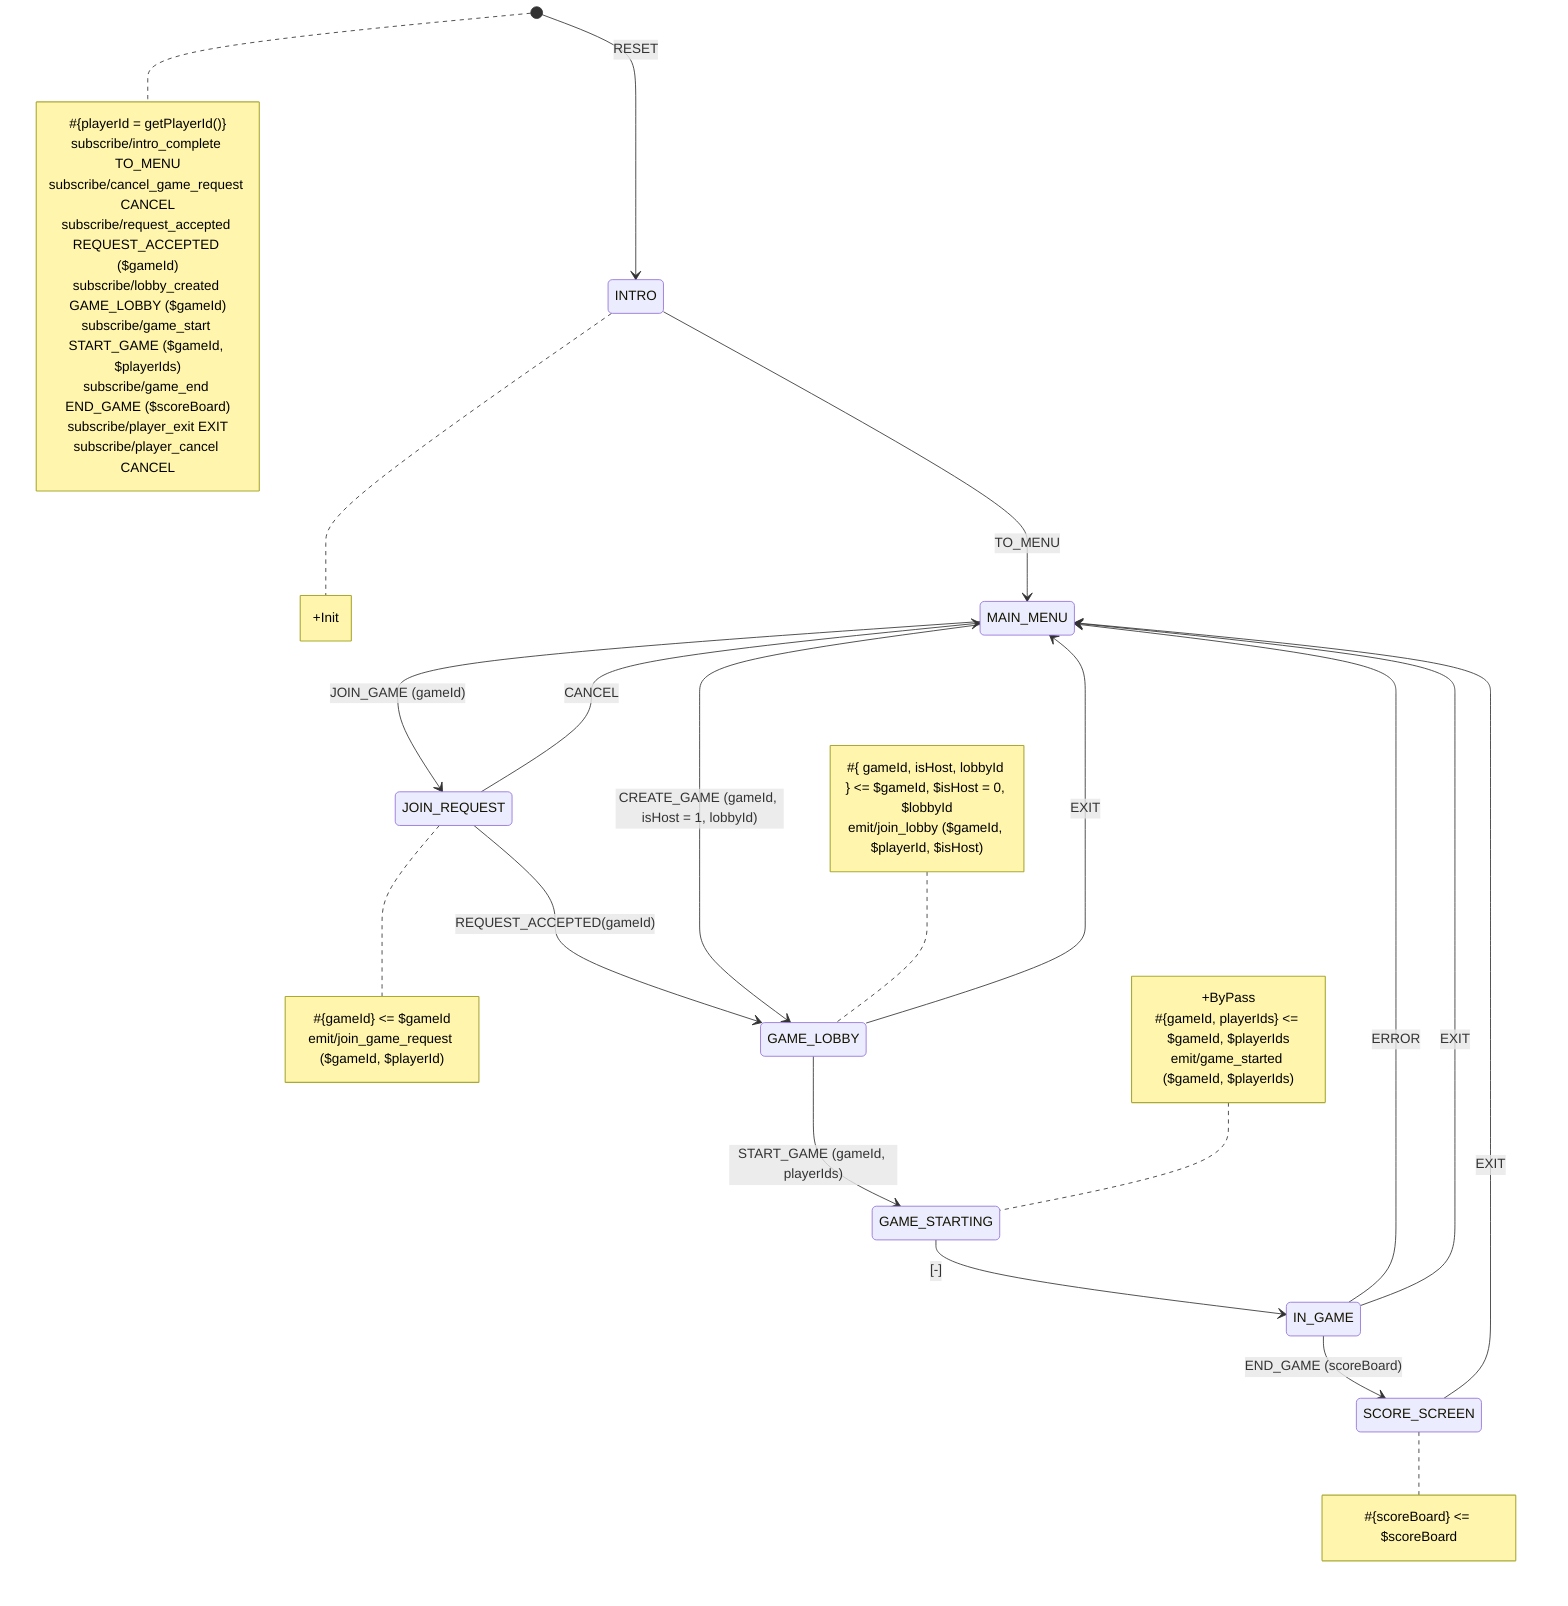
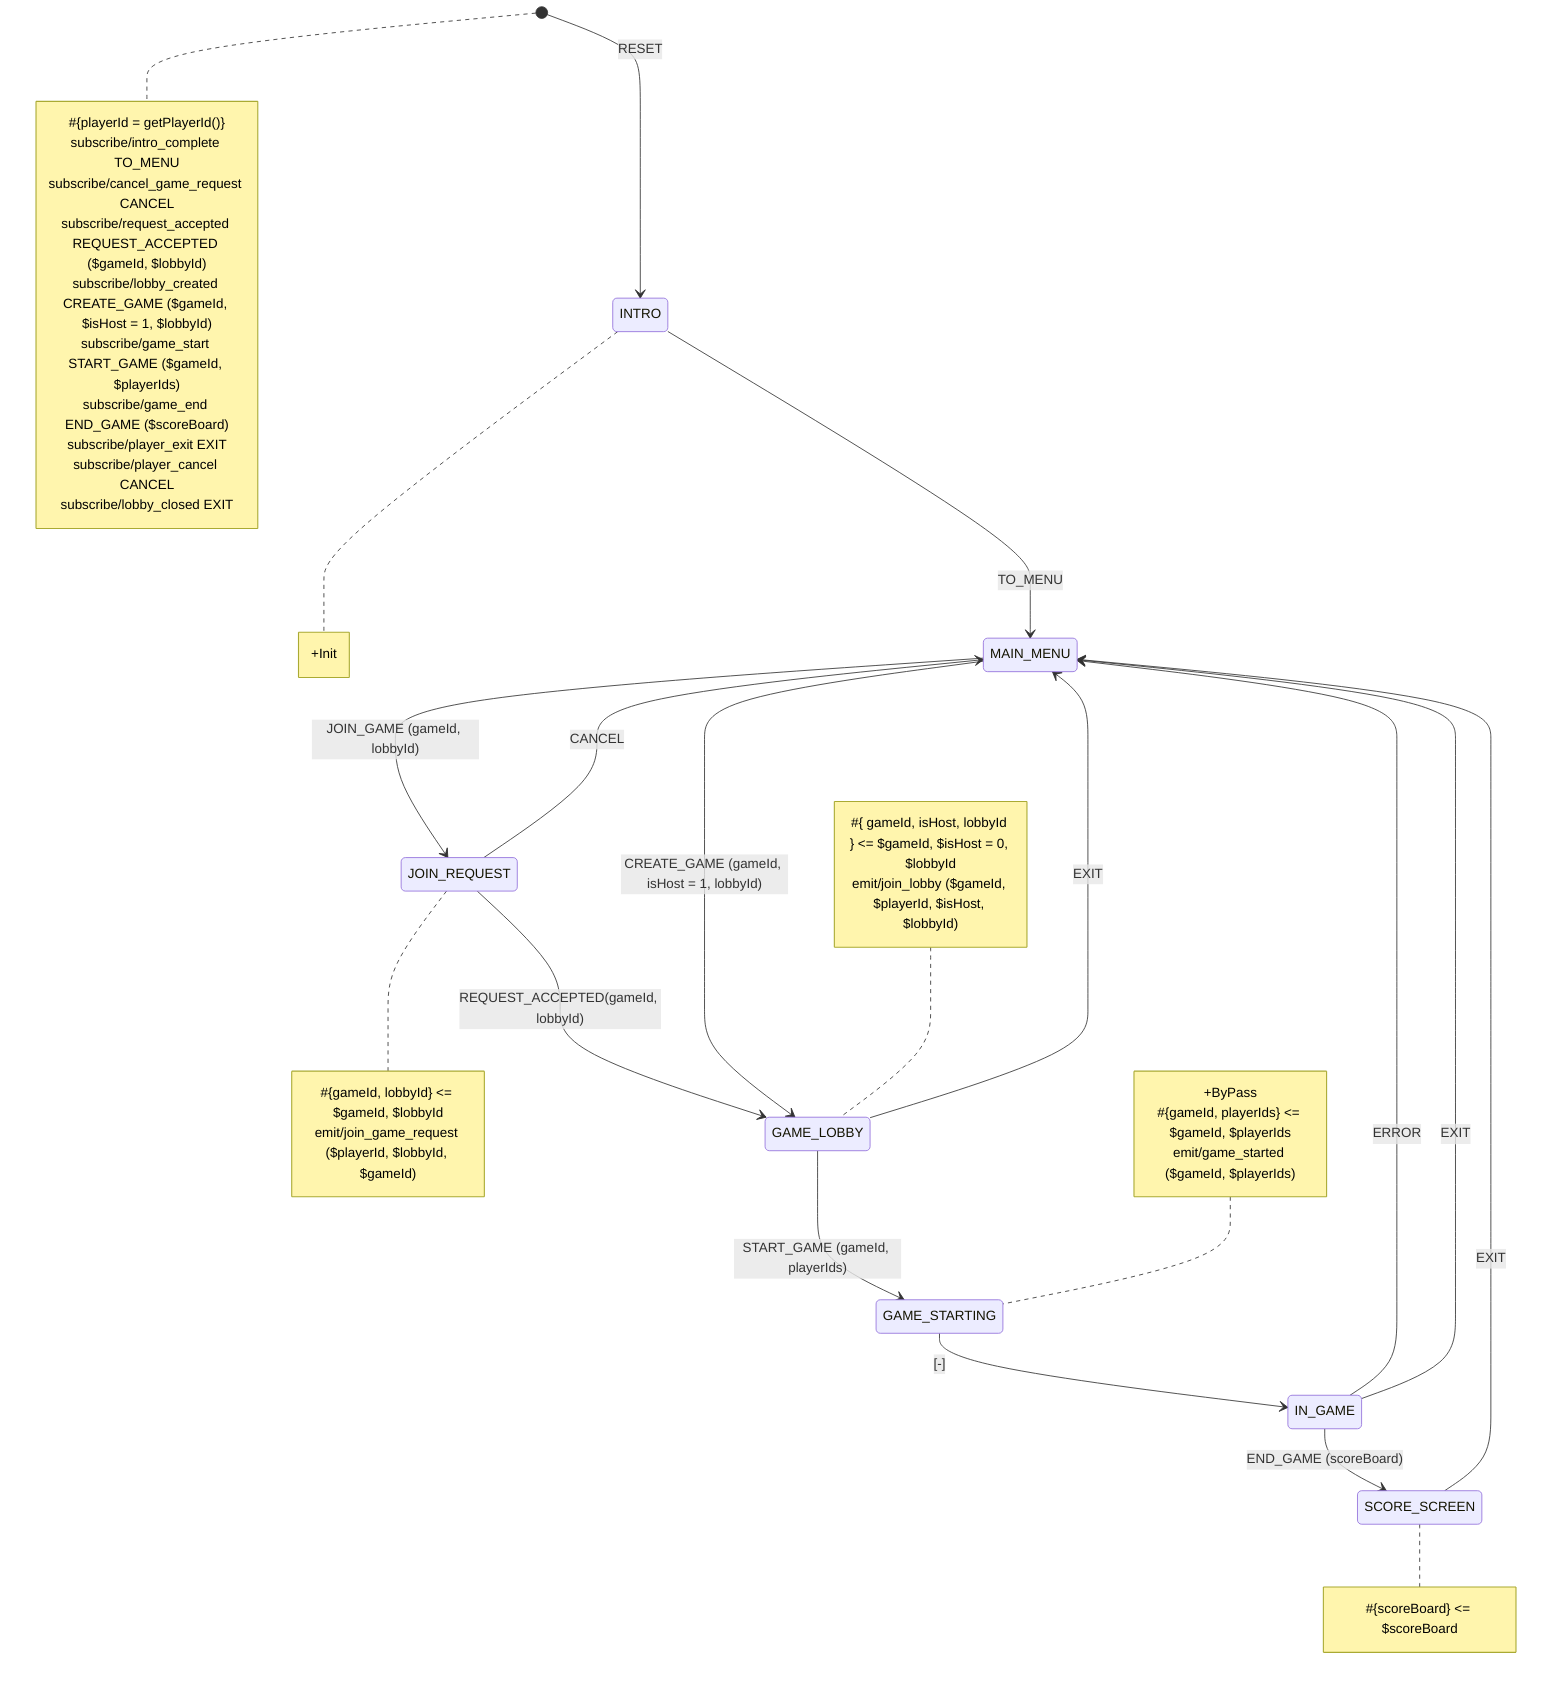
stateDiagram-v2
    [*] --> INTRO: RESET
    INTRO --> MAIN_MENU: TO_MENU
    GAME_LOBBY --> MAIN_MENU: EXIT
-     MAIN_MENU --> JOIN_REQUEST: JOIN_GAME (gameId)
+     MAIN_MENU --> JOIN_REQUEST: JOIN_GAME (gameId, lobbyId)
    JOIN_REQUEST --> MAIN_MENU: CANCEL
-     JOIN_REQUEST --> GAME_LOBBY: REQUEST_ACCEPTED(gameId)
+     JOIN_REQUEST --> GAME_LOBBY: REQUEST_ACCEPTED(gameId, lobbyId)
    MAIN_MENU --> GAME_LOBBY: CREATE_GAME (gameId, isHost = 1, lobbyId)
    GAME_LOBBY --> GAME_STARTING: START_GAME (gameId, playerIds)
    GAME_STARTING --> IN_GAME: [-]
    IN_GAME --> SCORE_SCREEN: END_GAME (scoreBoard)
    IN_GAME --> MAIN_MENU: ERROR
    IN_GAME --> MAIN_MENU: EXIT
    SCORE_SCREEN --> MAIN_MENU: EXIT

note right of [*]
#{playerId = getPlayerId()}
subscribe/intro_complete TO_MENU
subscribe/cancel_game_request CANCEL
- subscribe/request_accepted REQUEST_ACCEPTED ($gameId)
- subscribe/lobby_created GAME_LOBBY ($gameId)
+ subscribe/request_accepted REQUEST_ACCEPTED ($gameId, $lobbyId)
+ subscribe/lobby_created CREATE_GAME ($gameId, $isHost = 1, $lobbyId)
subscribe/game_start START_GAME ($gameId, $playerIds)
subscribe/game_end END_GAME ($scoreBoard)
subscribe/player_exit EXIT
subscribe/player_cancel CANCEL
+ subscribe/lobby_closed EXIT
end note

note right of INTRO
+Init
end note

note left of GAME_LOBBY
#{ gameId, isHost, lobbyId } <= $gameId, $isHost = 0, $lobbyId
- emit/join_lobby ($gameId, $playerId, $isHost)
+ emit/join_lobby ($gameId, $playerId, $isHost, $lobbyId)
end note

note right of JOIN_REQUEST
- #{gameId} <= $gameId
- emit/join_game_request ($gameId, $playerId)
+ #{gameId, lobbyId} <= $gameId, $lobbyId
+ emit/join_game_request ($playerId, $lobbyId, $gameId)
end note

note left of GAME_STARTING
+ByPass
#{gameId, playerIds} <= $gameId, $playerIds
emit/game_started ($gameId, $playerIds)
end note
note right of SCORE_SCREEN
#{scoreBoard} <= $scoreBoard
end note
